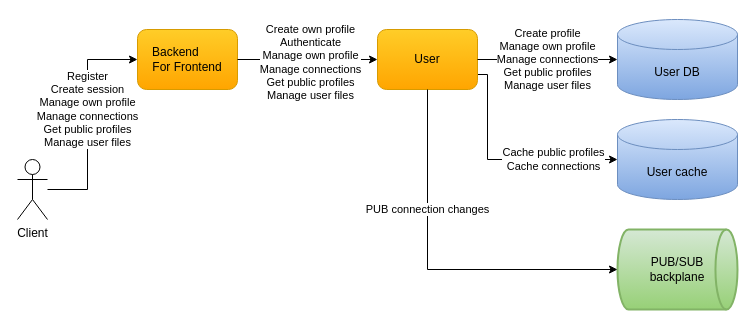
The draw.io diagram docs/diagrams/cecochat-users.drawio in cvetomir-todorov/CecoChat, before the edit. Source tidied: cells renumbered, new cells numbered last; positions are measured from the earlier drawing's top-left corner, leaving out a move shared by most shapes. Both pictures are drawn from the tidied source at 100%, with x=0, y=0 at pixel (17, 19).
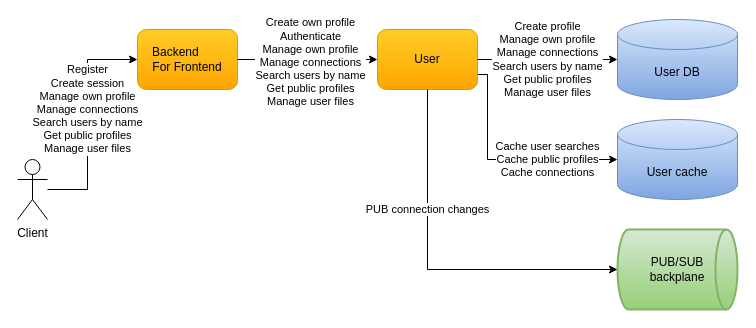
Above is the later version.

Commit message (it also covers changes not shown here):
Update diagrams with support for searching users by name

Change to the diagram source:
```diff
@@
 <mxGraphModel>
   <root>
     <mxCell id="0" />
     <mxCell id="1" parent="0" />
-    <mxCell id="2" value="Register&lt;br style=&quot;border-color: var(--border-color);&quot;&gt;Create session&lt;br style=&quot;border-color: var(--border-color);&quot;&gt;Manage own&amp;nbsp;profile&lt;br style=&quot;border-color: var(--border-color);&quot;&gt;Manage connections&lt;br style=&quot;border-color: var(--border-color);&quot;&gt;Get public profiles&lt;br&gt;Manage user files" style="edgeStyle=orthogonalEdgeStyle;rounded=0;jettySize=auto;html=1;entryX=0;entryY=0.5;entryDx=0;entryDy=0;" parent="1" edge="1" source="3" target="4">
+    <mxCell id="2" value="Register&lt;br style=&quot;border-color: var(--border-color);&quot;&gt;Create session&lt;br style=&quot;border-color: var(--border-color);&quot;&gt;Manage own&amp;nbsp;profile&lt;br style=&quot;border-color: var(--border-color);&quot;&gt;Manage connections&lt;br&gt;Search users by name&lt;br style=&quot;border-color: var(--border-color);&quot;&gt;Get public profiles&lt;br&gt;Manage user files" style="edgeStyle=orthogonalEdgeStyle;rounded=0;jettySize=auto;html=1;entryX=0;entryY=0.5;entryDx=0;entryDy=0;" parent="1" edge="1" source="3" target="4">
       <mxGeometry x="0.09" relative="1" as="geometry">
         <Array as="points">
           <mxPoint x="70" y="170" />
           <mxPoint x="70" y="40" />
         </Array>
       </mxGeometry>
     </mxCell>
     <mxCell id="3" value="Client" style="shape=umlActor;verticalLabelPosition=bottom;verticalAlign=top;html=1;outlineConnect=0;" parent="1" vertex="1">
       <mxGeometry y="140" width="30" height="60" as="geometry" />
     </mxCell>
     <mxCell id="4" value="&lt;font style=&quot;font-size: 12px&quot;&gt;Backend&amp;nbsp; &amp;nbsp; &amp;nbsp; &amp;nbsp;&lt;br&gt;For Frontend&lt;/font&gt;" style="rounded=1;whiteSpace=wrap;html=1;gradientColor=#ffa500;fillColor=#ffcd28;strokeColor=#d79b00;" parent="1" vertex="1">
       <mxGeometry x="120" y="10" width="100" height="60" as="geometry" />
     </mxCell>
-    <mxCell id="5" value="Cache public profiles&lt;br style=&quot;border-color: var(--border-color);&quot;&gt;Cache connections" style="edgeStyle=orthogonalEdgeStyle;rounded=0;jettySize=auto;html=1;entryX=0;entryY=0.5;entryDx=0;entryDy=0;entryPerimeter=0;exitX=1;exitY=0.75;exitDx=0;exitDy=0;" parent="1" edge="1" source="6" target="10">
-      <mxGeometry x="0.43" relative="1" as="geometry">
+    <mxCell id="5" value="Cache user searches&lt;br&gt;Cache public profiles&lt;br style=&quot;border-color: var(--border-color);&quot;&gt;Cache connections" style="edgeStyle=orthogonalEdgeStyle;rounded=0;jettySize=auto;html=1;entryX=0;entryY=0.5;entryDx=0;entryDy=0;entryPerimeter=0;exitX=1;exitY=0.75;exitDx=0;exitDy=0;" parent="1" edge="1" source="6" target="10">
+      <mxGeometry x="0.38" relative="1" as="geometry">
         <Array as="points">
           <mxPoint x="470" y="55" />
           <mxPoint x="470" y="140" />
         </Array>
       </mxGeometry>
     </mxCell>
     <mxCell id="6" value="&lt;font style=&quot;font-size: 12px&quot;&gt;User&lt;/font&gt;" style="rounded=1;whiteSpace=wrap;html=1;gradientColor=#ffa500;fillColor=#ffcd28;strokeColor=#d79b00;" parent="1" vertex="1">
       <mxGeometry x="360" y="10" width="100" height="60" as="geometry" />
     </mxCell>
     <mxCell id="7" value="User DB" style="shape=cylinder3;whiteSpace=wrap;html=1;boundedLbl=1;backgroundOutline=1;size=15;gradientColor=#7ea6e0;fillColor=#dae8fc;strokeColor=#6c8ebf;" parent="1" vertex="1">
       <mxGeometry x="600" width="120" height="80" as="geometry" />
     </mxCell>
-    <mxCell id="8" value="&lt;font style=&quot;font-size: 11px&quot;&gt;Create profile&lt;br&gt;Manage own profile&lt;br style=&quot;border-color: var(--border-color);&quot;&gt;Manage connections&lt;br style=&quot;border-color: var(--border-color);&quot;&gt;Get public profiles&lt;br&gt;Manage user files&lt;br&gt;&lt;/font&gt;" style="rounded=0;jettySize=auto;html=1;entryX=0;entryY=0.5;entryDx=0;entryDy=0;entryPerimeter=0;startArrow=none;startFill=0;" parent="1" edge="1" target="7">
+    <mxCell id="8" value="&lt;font style=&quot;font-size: 11px&quot;&gt;Create profile&lt;br&gt;Manage own profile&lt;br style=&quot;border-color: var(--border-color);&quot;&gt;Manage connections&lt;br&gt;Search users by name&lt;br style=&quot;border-color: var(--border-color);&quot;&gt;Get public profiles&lt;br&gt;Manage user files&lt;br&gt;&lt;/font&gt;" style="rounded=0;jettySize=auto;html=1;entryX=0;entryY=0.5;entryDx=0;entryDy=0;entryPerimeter=0;startArrow=none;startFill=0;" parent="1" edge="1" target="7">
       <mxGeometry relative="1" as="geometry">
         <mxPoint x="460" y="40" as="sourcePoint" />
       </mxGeometry>
     </mxCell>
-    <mxCell id="9" value="Create own profile&lt;br style=&quot;border-color: var(--border-color);&quot;&gt;Authenticate&lt;br style=&quot;border-color: var(--border-color);&quot;&gt;Manage own profile&lt;br style=&quot;border-color: var(--border-color);&quot;&gt;Manage connections&lt;br style=&quot;border-color: var(--border-color);&quot;&gt;Get public profiles&lt;br style=&quot;border-color: var(--border-color);&quot;&gt;Manage user files" style="endArrow=classic;html=1;entryX=0;entryY=0.5;entryDx=0;entryDy=0;exitX=1;exitY=0.5;exitDx=0;exitDy=0;" parent="1" edge="1" source="4" target="6">
+    <mxCell id="9" value="Create own profile&lt;br style=&quot;border-color: var(--border-color);&quot;&gt;Authenticate&lt;br style=&quot;border-color: var(--border-color);&quot;&gt;Manage own profile&lt;br style=&quot;border-color: var(--border-color);&quot;&gt;Manage connections&lt;br&gt;Search users by name&lt;br style=&quot;border-color: var(--border-color);&quot;&gt;Get public profiles&lt;br style=&quot;border-color: var(--border-color);&quot;&gt;Manage user files" style="endArrow=classic;html=1;entryX=0;entryY=0.5;entryDx=0;entryDy=0;exitX=1;exitY=0.5;exitDx=0;exitDy=0;" parent="1" edge="1" source="4" target="6">
       <mxGeometry x="0.04" y="-3" relative="1" as="geometry" />
     </mxCell>
     <mxCell id="10" value="User cache" style="shape=cylinder3;whiteSpace=wrap;html=1;boundedLbl=1;backgroundOutline=1;size=15;gradientColor=#7ea6e0;fillColor=#dae8fc;strokeColor=#6c8ebf;" parent="1" vertex="1">
       <mxGeometry x="600" y="100" width="120" height="80" as="geometry" />
     </mxCell>
     <mxCell id="11" value="PUB/SUB&lt;br&gt;backplane" style="strokeWidth=2;html=1;shape=mxgraph.flowchart.direct_data;whiteSpace=wrap;gradientColor=#97d077;fillColor=#d5e8d4;strokeColor=#82b366;" parent="1" vertex="1">
       <mxGeometry x="600" y="210" width="120" height="80" as="geometry" />
     </mxCell>
     <mxCell id="12" value="PUB connection changes" style="endArrow=classic;html=1;entryX=0;entryY=0.5;entryDx=0;entryDy=0;rounded=0;edgeStyle=orthogonalEdgeStyle;entryPerimeter=0;exitX=0.5;exitY=1;exitDx=0;exitDy=0;" parent="1" edge="1" source="6" target="11">
       <mxGeometry x="-0.35" relative="1" as="geometry">
         <Array as="points">
           <mxPoint x="410" y="250" />
         </Array>
       </mxGeometry>
     </mxCell>
   </root>
 </mxGraphModel>
```
